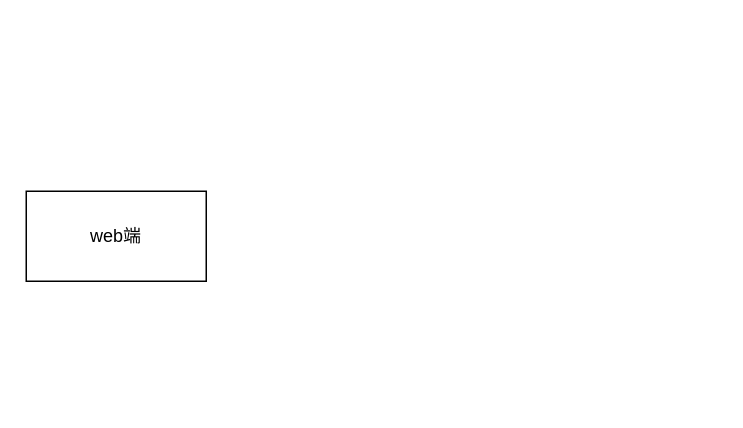
The draw.io diagram 点云加载及渲染流程.drawio in wangyufei0807/draw, before the edit. Source tidied: cells renumbered, new cells numbered last; positions are measured from the earlier drawing's top-left corner, leaving out a move shared by most shapes. Both pictures are drawn from the tidied source at 150%, with x=0, y=0 at pixel (26, 190).
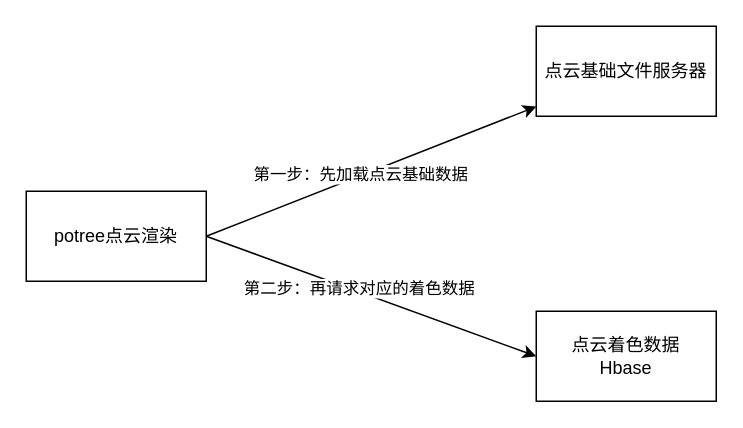
After the change.

Commit message (it also covers changes not shown here):
更新点云加载及渲染流程.drawio

Diff of the diagram source:
```diff
@@
 <mxGraphModel>
   <root>
     <mxCell id="0" />
     <mxCell id="1" parent="0" />
+    <mxCell id="3" style="rounded=0;jettySize=auto;html=1;exitX=1;exitY=0.5;exitDx=0;exitDy=0;" parent="1" edge="1" source="2" target="7">
+      <mxGeometry relative="1" as="geometry" />
+    </mxCell>
+    <mxCell id="4" value="第一步：先加载点云基础数据" style="edgeLabel;html=1;align=center;verticalAlign=middle;" parent="3" vertex="1">
+      <mxGeometry x="-0.07" y="1" relative="1" as="geometry" />
+    </mxCell>
+    <mxCell id="5" style="rounded=0;jettySize=auto;html=1;exitX=1;exitY=0.5;exitDx=0;exitDy=0;entryX=0;entryY=0.5;entryDx=0;entryDy=0;" parent="1" edge="1" source="2" target="8">
+      <mxGeometry relative="1" as="geometry" />
+    </mxCell>
+    <mxCell id="6" value="第二步：再请求对应的着色数据" style="edgeLabel;html=1;align=center;verticalAlign=middle;" parent="5" vertex="1">
+      <mxGeometry x="-0.09" y="2" relative="1" as="geometry" />
+    </mxCell>
-    <mxCell id="2" value="web端" style="rounded=0;whiteSpace=wrap;html=1;" parent="1" vertex="1">
+    <mxCell id="2" value="potree点云渲染" style="rounded=0;whiteSpace=wrap;html=1;" parent="1" vertex="1">
       <mxGeometry width="120" height="60" as="geometry" />
     </mxCell>
+    <mxCell id="7" value="点云基础文件服务器" style="rounded=0;whiteSpace=wrap;html=1;" parent="1" vertex="1">
+      <mxGeometry x="340" y="-110" width="120" height="60" as="geometry" />
+    </mxCell>
+    <mxCell id="8" value="点云着色数据&lt;br&gt;Hbase" style="rounded=0;whiteSpace=wrap;html=1;" parent="1" vertex="1">
+      <mxGeometry x="340" y="80" width="120" height="60" as="geometry" />
+    </mxCell>
   </root>
 </mxGraphModel>
```
